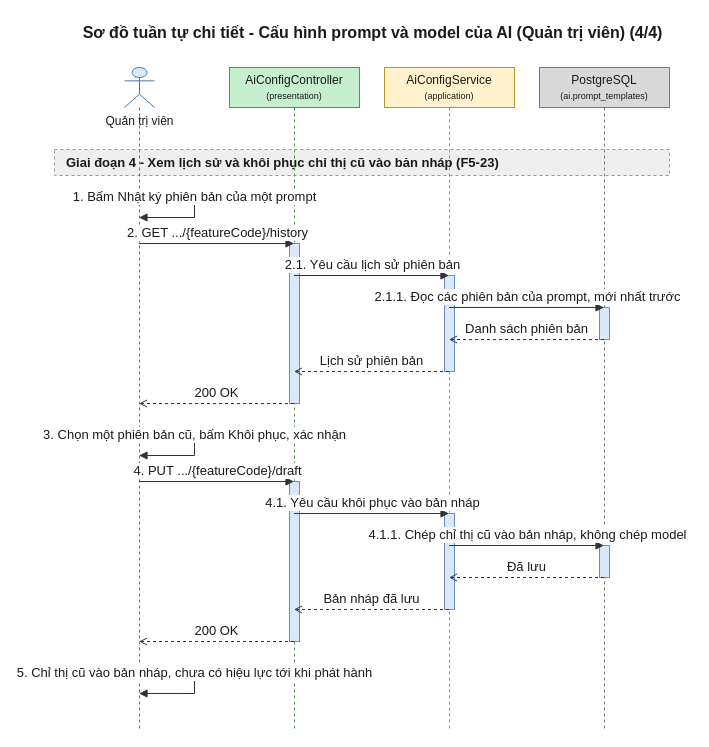
Above: 08-diagram/sequence/admin/sequence_admin_cau_hinh_prompt_ai_p4.drawio in daiphu1801/PRJ_ALGOPREP (draw.io), before the change. Source tidied: cells renumbered, new cells numbered last; positions are measured from the earlier drawing's top-left corner, leaving out a move shared by most shapes. Both pictures are drawn from the tidied source at 100%, with x=0, y=0 at pixel (54, 17).
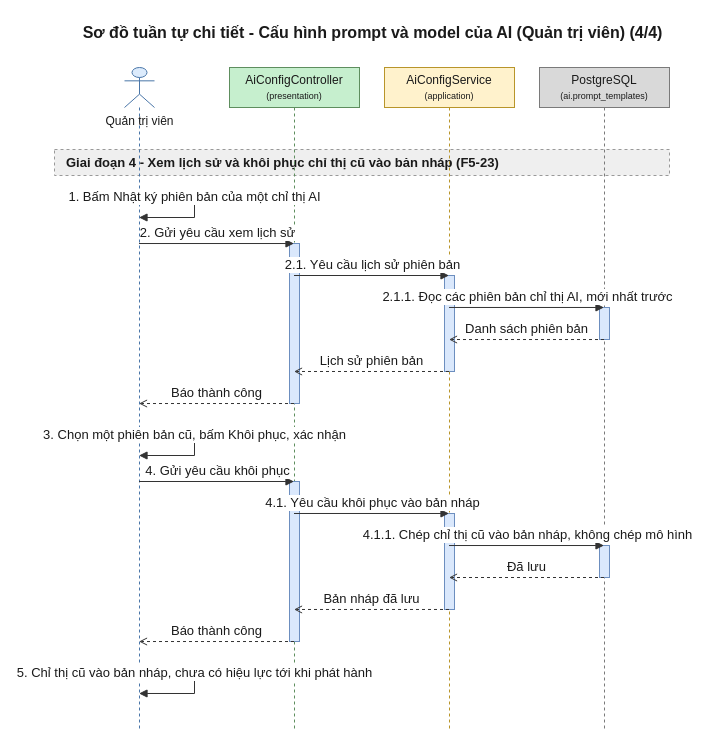
Above is the later version.

Unchanged cells that the change refers to:
```xml
<mxCell id="4" value="Quản trị viên" style="shape=umlLifeline;participant=umlActor;perimeter=lifelinePerimeter;html=1;outlineConnect=0;size=40;verticalAlign=top;spacingTop=40;fillColor=#DCEBFC;strokeColor=#4A76A8;fontColor=#1A1A1A;" parent="1" vertex="1">
  <mxGeometry x="70" y="50" width="30" height="662" as="geometry" />
</mxCell>
<mxCell id="5" value="AiConfigController&lt;br&gt;&lt;font style=&quot;font-size:9px&quot;&gt;(presentation)&lt;/font&gt;" style="shape=umlLifeline;perimeter=lifelinePerimeter;whiteSpace=wrap;html=1;outlineConnect=0;size=40;fillColor=#C6EFCE;strokeColor=#5E8E5E;fontColor=#1A1A1A;" parent="1" vertex="1">
  <mxGeometry x="175" y="50" width="130" height="662" as="geometry" />
</mxCell>
<mxCell id="6" value="AiConfigService&lt;br&gt;&lt;font style=&quot;font-size:9px&quot;&gt;(application)&lt;/font&gt;" style="shape=umlLifeline;perimeter=lifelinePerimeter;whiteSpace=wrap;html=1;outlineConnect=0;size=40;fillColor=#FFF2CC;strokeColor=#B8952A;fontColor=#1A1A1A;" parent="1" vertex="1">
  <mxGeometry x="330" y="50" width="130" height="662" as="geometry" />
</mxCell>
<mxCell id="7" value="PostgreSQL&lt;br&gt;&lt;font style=&quot;font-size:9px&quot;&gt;(ai.prompt_templates)&lt;/font&gt;" style="shape=umlLifeline;perimeter=lifelinePerimeter;whiteSpace=wrap;html=1;outlineConnect=0;size=40;fillColor=#D9D9D9;strokeColor=#7A7A7A;fontColor=#1A1A1A;" parent="1" vertex="1">
  <mxGeometry x="485" y="50" width="130" height="662" as="geometry" />
</mxCell>
```

Change to the diagram source:
```diff
@@
-    <mxCell id="14" value="1. Bấm Nhật ký phiên bản của một prompt" style="edgeStyle=orthogonalEdgeStyle;rounded=0;html=1;endArrow=block;endFill=1;strokeColor=#333333;fontColor=#1A1A1A;fontSize=13;verticalAlign=bottom;exitX=0.5;exitY=0.1964;exitDx=0;exitDy=0;entryX=0.5;entryY=0.2266;entryDx=0;entryDy=0;" parent="1" edge="1" source="4" target="4">
+    <mxCell id="14" value="1. Bấm Nhật ký phiên bản của một chỉ thị AI" style="edgeStyle=orthogonalEdgeStyle;rounded=0;html=1;endArrow=block;endFill=1;strokeColor=#333333;fontColor=#1A1A1A;fontSize=13;verticalAlign=bottom;exitX=0.5;exitY=0.1964;exitDx=0;exitDy=0;entryX=0.5;entryY=0.2266;entryDx=0;entryDy=0;" parent="1" edge="1" source="4" target="4">
       <mxGeometry relative="1" as="geometry">
         <Array as="points">
           <mxPoint x="140" y="180" />
           <mxPoint x="140" y="200" />
         </Array>
       </mxGeometry>
     </mxCell>
-    <mxCell id="15" value="2. GET .../{featureCode}/history" style="edgeStyle=none;html=1;endArrow=block;endFill=1;strokeColor=#333333;fontColor=#1A1A1A;fontSize=13;verticalAlign=bottom;exitX=0.5;exitY=0.2659;exitDx=0;exitDy=0;entryX=0.5;entryY=0.2659;entryDx=0;entryDy=0;" parent="1" edge="1" source="4" target="5">
+    <mxCell id="15" value="2. Gửi yêu cầu xem lịch sử" style="edgeStyle=none;html=1;endArrow=block;endFill=1;strokeColor=#333333;fontColor=#1A1A1A;fontSize=13;verticalAlign=bottom;exitX=0.5;exitY=0.2659;exitDx=0;exitDy=0;entryX=0.5;entryY=0.2659;entryDx=0;entryDy=0;" parent="1" edge="1" source="4" target="5">
       <mxGeometry relative="1" as="geometry" />
     </mxCell>
@@
-    <mxCell id="17" value="2.1.1. Đọc các phiên bản của prompt, mới nhất trước" style="edgeStyle=none;html=1;endArrow=block;endFill=1;strokeColor=#333333;fontColor=#1A1A1A;fontSize=13;verticalAlign=bottom;exitX=0.5;exitY=0.3625;exitDx=0;exitDy=0;entryX=0.5;entryY=0.3625;entryDx=0;entryDy=0;" parent="1" edge="1" source="6" target="7">
+    <mxCell id="17" value="2.1.1. Đọc các phiên bản chỉ thị AI, mới nhất trước" style="edgeStyle=none;html=1;endArrow=block;endFill=1;strokeColor=#333333;fontColor=#1A1A1A;fontSize=13;verticalAlign=bottom;exitX=0.5;exitY=0.3625;exitDx=0;exitDy=0;entryX=0.5;entryY=0.3625;entryDx=0;entryDy=0;" parent="1" edge="1" source="6" target="7">
       <mxGeometry relative="1" as="geometry" />
     </mxCell>
@@
-    <mxCell id="20" value="200 OK" style="edgeStyle=none;html=1;endArrow=open;endFill=0;dashed=1;strokeColor=#333333;fontColor=#1A1A1A;fontSize=13;verticalAlign=bottom;exitX=0.5;exitY=0.5076;exitDx=0;exitDy=0;entryX=0.5;entryY=0.5076;entryDx=0;entryDy=0;" parent="1" edge="1" source="5" target="4">
+    <mxCell id="20" value="Báo thành công" style="edgeStyle=none;html=1;endArrow=open;endFill=0;dashed=1;strokeColor=#333333;fontColor=#1A1A1A;fontSize=13;verticalAlign=bottom;exitX=0.5;exitY=0.5076;exitDx=0;exitDy=0;entryX=0.5;entryY=0.5076;entryDx=0;entryDy=0;" parent="1" edge="1" source="5" target="4">
       <mxGeometry relative="1" as="geometry" />
     </mxCell>
@@
-    <mxCell id="22" value="4. PUT .../{featureCode}/draft" style="edgeStyle=none;html=1;endArrow=block;endFill=1;strokeColor=#333333;fontColor=#1A1A1A;fontSize=13;verticalAlign=bottom;exitX=0.5;exitY=0.6254;exitDx=0;exitDy=0;entryX=0.5;entryY=0.6254;entryDx=0;entryDy=0;" parent="1" edge="1" source="4" target="5">
+    <mxCell id="22" value="4. Gửi yêu cầu khôi phục" style="edgeStyle=none;html=1;endArrow=block;endFill=1;strokeColor=#333333;fontColor=#1A1A1A;fontSize=13;verticalAlign=bottom;exitX=0.5;exitY=0.6254;exitDx=0;exitDy=0;entryX=0.5;entryY=0.6254;entryDx=0;entryDy=0;" parent="1" edge="1" source="4" target="5">
       <mxGeometry relative="1" as="geometry" />
     </mxCell>
@@
-    <mxCell id="24" value="4.1.1. Chép chỉ thị cũ vào bản nháp, không chép model" style="edgeStyle=none;html=1;endArrow=block;endFill=1;strokeColor=#333333;fontColor=#1A1A1A;fontSize=13;verticalAlign=bottom;exitX=0.5;exitY=0.7221;exitDx=0;exitDy=0;entryX=0.5;entryY=0.7221;entryDx=0;entryDy=0;" parent="1" edge="1" source="6" target="7">
+    <mxCell id="24" value="4.1.1. Chép chỉ thị cũ vào bản nháp, không chép mô hình" style="edgeStyle=none;html=1;endArrow=block;endFill=1;strokeColor=#333333;fontColor=#1A1A1A;fontSize=13;verticalAlign=bottom;exitX=0.5;exitY=0.7221;exitDx=0;exitDy=0;entryX=0.5;entryY=0.7221;entryDx=0;entryDy=0;" parent="1" edge="1" source="6" target="7">
       <mxGeometry relative="1" as="geometry" />
     </mxCell>
@@
-    <mxCell id="27" value="200 OK" style="edgeStyle=none;html=1;endArrow=open;endFill=0;dashed=1;strokeColor=#333333;fontColor=#1A1A1A;fontSize=13;verticalAlign=bottom;exitX=0.5;exitY=0.8671;exitDx=0;exitDy=0;entryX=0.5;entryY=0.8671;entryDx=0;entryDy=0;" parent="1" edge="1" source="5" target="4">
+    <mxCell id="27" value="Báo thành công" style="edgeStyle=none;html=1;endArrow=open;endFill=0;dashed=1;strokeColor=#333333;fontColor=#1A1A1A;fontSize=13;verticalAlign=bottom;exitX=0.5;exitY=0.8671;exitDx=0;exitDy=0;entryX=0.5;entryY=0.8671;entryDx=0;entryDy=0;" parent="1" edge="1" source="5" target="4">
       <mxGeometry relative="1" as="geometry" />
     </mxCell>
```
